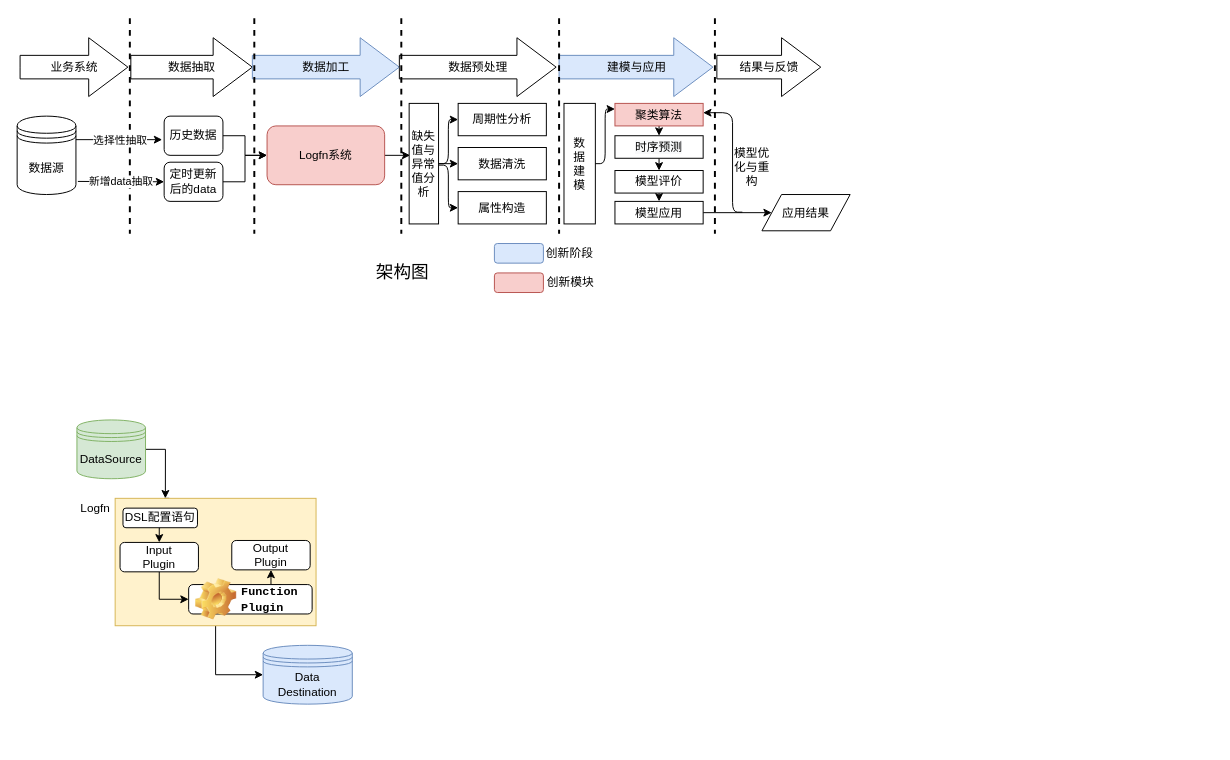
Above: rent_car/故障检测流程图.drawio in wuchenxi123/rent_car (draw.io), before the change. Source tidied: cells renumbered, new cells numbered last; positions are measured from the earlier drawing's top-left corner, leaving out a move shared by most shapes. Both pictures are drawn from the tidied source at 98%, with x=0, y=0 at pixel (17, 18).
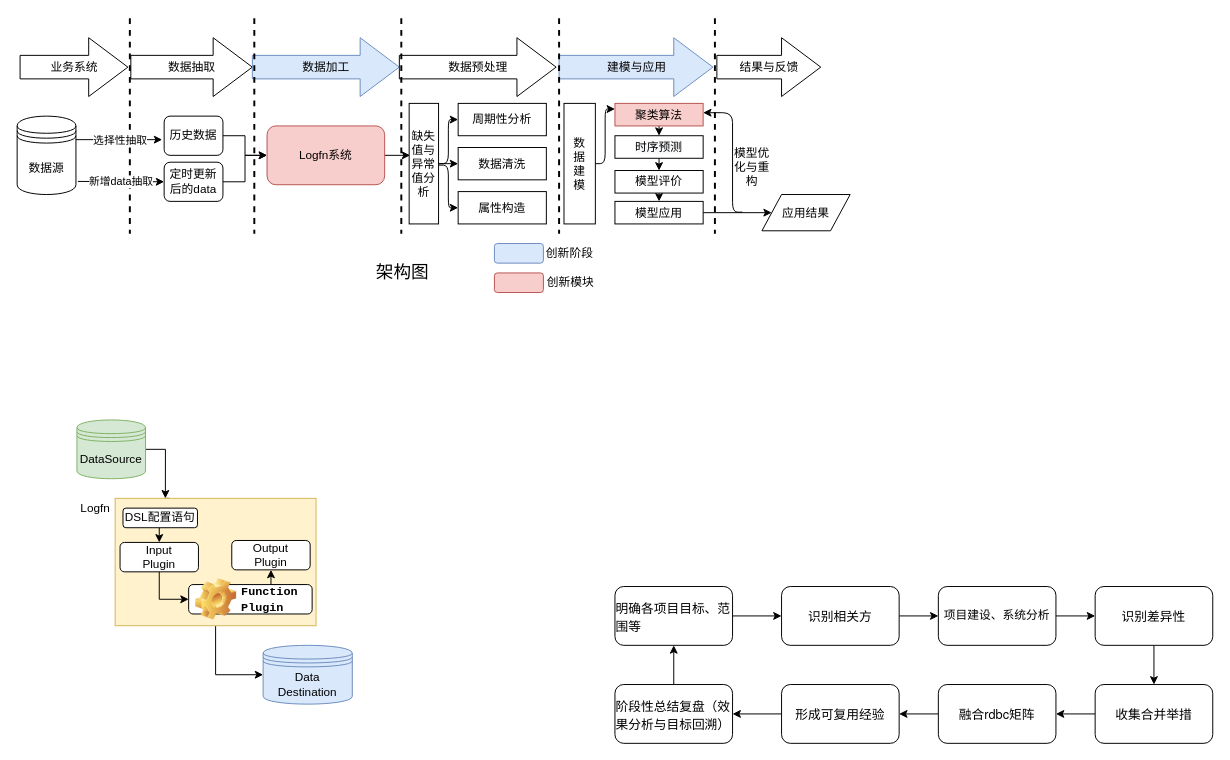
After the change.

Commit message:
更新故障检测流程图.drawio

The edit, as a diff of the source:
```diff
@@
+    <mxCell id="63" style="edgeStyle=orthogonalEdgeStyle;rounded=0;jettySize=auto;html=1;exitX=1;exitY=0.5;exitDx=0;exitDy=0;entryX=0;entryY=0.5;entryDx=0;entryDy=0;" parent="1" edge="1" source="64" target="66">
+      <mxGeometry relative="1" as="geometry" />
+    </mxCell>
+    <mxCell id="64" value="&lt;p style=&quot;margin: 0px; font-variant-numeric: normal; font-variant-east-asian: normal; font-variant-alternates: normal; font-size-adjust: none; font-kerning: auto; font-optical-sizing: auto; font-feature-settings: normal; font-variation-settings: normal; font-variant-position: normal; font-stretch: normal; font-size: 13px; line-height: normal; font-family: &amp;quot;PingFang SC&amp;quot;; text-align: start;&quot; class=&quot;p1&quot;&gt;明确各项目目标、范围等&lt;/p&gt;" style="rounded=1;whiteSpace=wrap;html=1;" parent="1" vertex="1">
+      <mxGeometry x="610" y="580" width="120" height="60" as="geometry" />
+    </mxCell>
+    <mxCell id="65" style="edgeStyle=orthogonalEdgeStyle;rounded=0;jettySize=auto;html=1;exitX=1;exitY=0.5;exitDx=0;exitDy=0;entryX=0;entryY=0.5;entryDx=0;entryDy=0;" parent="1" edge="1" source="66" target="68">
+      <mxGeometry relative="1" as="geometry" />
+    </mxCell>
+    <mxCell id="66" value="&lt;p style=&quot;margin: 0px; font-variant-numeric: normal; font-variant-east-asian: normal; font-variant-alternates: normal; font-size-adjust: none; font-kerning: auto; font-optical-sizing: auto; font-feature-settings: normal; font-variation-settings: normal; font-variant-position: normal; font-stretch: normal; font-size: 13px; line-height: normal; font-family: &amp;quot;PingFang SC&amp;quot;; text-align: start;&quot; class=&quot;p1&quot;&gt;识别相关方&lt;/p&gt;" style="rounded=1;whiteSpace=wrap;html=1;" parent="1" vertex="1">
+      <mxGeometry x="780" y="580" width="120" height="60" as="geometry" />
+    </mxCell>
+    <mxCell id="67" style="edgeStyle=orthogonalEdgeStyle;rounded=0;jettySize=auto;html=1;exitX=1;exitY=0.5;exitDx=0;exitDy=0;entryX=0;entryY=0.5;entryDx=0;entryDy=0;" parent="1" edge="1" source="68" target="70">
+      <mxGeometry relative="1" as="geometry" />
+    </mxCell>
+    <mxCell id="68" value="项目建设、系统分析" style="rounded=1;whiteSpace=wrap;html=1;" parent="1" vertex="1">
+      <mxGeometry x="940" y="580" width="120" height="60" as="geometry" />
+    </mxCell>
+    <mxCell id="69" style="edgeStyle=orthogonalEdgeStyle;rounded=0;jettySize=auto;html=1;exitX=0.5;exitY=1;exitDx=0;exitDy=0;entryX=0.5;entryY=0;entryDx=0;entryDy=0;" parent="1" edge="1" source="70" target="78">
+      <mxGeometry relative="1" as="geometry" />
+    </mxCell>
+    <mxCell id="70" value="&lt;p style=&quot;margin: 0px; font-variant-numeric: normal; font-variant-east-asian: normal; font-variant-alternates: normal; font-size-adjust: none; font-kerning: auto; font-optical-sizing: auto; font-feature-settings: normal; font-variation-settings: normal; font-variant-position: normal; font-stretch: normal; font-size: 13px; line-height: normal; font-family: &amp;quot;PingFang SC&amp;quot;; text-align: start;&quot; class=&quot;p1&quot;&gt;识别差异性&lt;/p&gt;" style="rounded=1;whiteSpace=wrap;html=1;" parent="1" vertex="1">
+      <mxGeometry x="1100" y="580" width="120" height="60" as="geometry" />
+    </mxCell>
+    <mxCell id="71" style="edgeStyle=orthogonalEdgeStyle;rounded=0;jettySize=auto;html=1;exitX=0.5;exitY=0;exitDx=0;exitDy=0;entryX=0.5;entryY=1;entryDx=0;entryDy=0;" parent="1" edge="1" source="72" target="64">
+      <mxGeometry relative="1" as="geometry" />
+    </mxCell>
+    <mxCell id="72" value="&lt;p style=&quot;margin: 0px; font-variant-numeric: normal; font-variant-east-asian: normal; font-variant-alternates: normal; font-size-adjust: none; font-kerning: auto; font-optical-sizing: auto; font-feature-settings: normal; font-variation-settings: normal; font-variant-position: normal; font-stretch: normal; font-size: 13px; line-height: normal; font-family: &amp;quot;PingFang SC&amp;quot;; text-align: start;&quot; class=&quot;p1&quot;&gt;阶段性总结复盘（效果分析与目标回溯）&lt;/p&gt;" style="rounded=1;whiteSpace=wrap;html=1;" parent="1" vertex="1">
+      <mxGeometry x="610" y="680" width="120" height="60" as="geometry" />
+    </mxCell>
+    <mxCell id="73" style="edgeStyle=orthogonalEdgeStyle;rounded=0;jettySize=auto;html=1;exitX=0;exitY=0.5;exitDx=0;exitDy=0;entryX=1;entryY=0.5;entryDx=0;entryDy=0;" parent="1" edge="1" source="74" target="72">
+      <mxGeometry relative="1" as="geometry" />
+    </mxCell>
+    <mxCell id="74" value="&lt;p style=&quot;margin: 0px; font-variant-numeric: normal; font-variant-east-asian: normal; font-variant-alternates: normal; font-size-adjust: none; font-kerning: auto; font-optical-sizing: auto; font-feature-settings: normal; font-variation-settings: normal; font-variant-position: normal; font-stretch: normal; font-size: 13px; line-height: normal; font-family: &amp;quot;PingFang SC&amp;quot;; text-align: start;&quot; class=&quot;p1&quot;&gt;形成可复用经验&lt;/p&gt;" style="rounded=1;whiteSpace=wrap;html=1;" parent="1" vertex="1">
+      <mxGeometry x="780" y="680" width="120" height="60" as="geometry" />
+    </mxCell>
+    <mxCell id="75" style="edgeStyle=orthogonalEdgeStyle;rounded=0;jettySize=auto;html=1;exitX=0;exitY=0.5;exitDx=0;exitDy=0;entryX=1;entryY=0.5;entryDx=0;entryDy=0;" parent="1" edge="1" source="76" target="74">
+      <mxGeometry relative="1" as="geometry" />
+    </mxCell>
+    <mxCell id="76" value="&lt;p style=&quot;margin: 0px; font-variant-numeric: normal; font-variant-east-asian: normal; font-variant-alternates: normal; font-size-adjust: none; font-kerning: auto; font-optical-sizing: auto; font-feature-settings: normal; font-variation-settings: normal; font-variant-position: normal; font-stretch: normal; font-size: 13px; line-height: normal; text-align: start;&quot; class=&quot;p1&quot;&gt;&lt;font face=&quot;PingFang SC&quot;&gt;融合&lt;/font&gt;&lt;span style=&quot;font-family: &amp;quot;Helvetica Neue&amp;quot;;&quot;&gt;rdbc&lt;span style=&quot;font-variant-numeric: normal; font-variant-east-asian: normal; font-variant-alternates: normal; font-size-adjust: none; font-kerning: auto; font-optical-sizing: auto; font-feature-settings: normal; font-variation-settings: normal; font-variant-position: normal; font-stretch: normal; line-height: normal; font-family: &amp;quot;PingFang SC&amp;quot;;&quot; class=&quot;s1&quot;&gt;矩阵&lt;/span&gt;&lt;/span&gt;&lt;/p&gt;" style="rounded=1;whiteSpace=wrap;html=1;" parent="1" vertex="1">
+      <mxGeometry x="940" y="680" width="120" height="60" as="geometry" />
+    </mxCell>
+    <mxCell id="77" style="edgeStyle=orthogonalEdgeStyle;rounded=0;jettySize=auto;html=1;exitX=0;exitY=0.5;exitDx=0;exitDy=0;entryX=1;entryY=0.5;entryDx=0;entryDy=0;" parent="1" edge="1" source="78" target="76">
+      <mxGeometry relative="1" as="geometry" />
+    </mxCell>
+    <mxCell id="78" value="&lt;p style=&quot;margin: 0px; font-variant-numeric: normal; font-variant-east-asian: normal; font-variant-alternates: normal; font-size-adjust: none; font-kerning: auto; font-optical-sizing: auto; font-feature-settings: normal; font-variation-settings: normal; font-variant-position: normal; font-stretch: normal; font-size: 13px; line-height: normal; font-family: &amp;quot;PingFang SC&amp;quot;; text-align: start;&quot; class=&quot;p1&quot;&gt;收集合并举措&lt;/p&gt;" style="rounded=1;whiteSpace=wrap;html=1;" parent="1" vertex="1">
+      <mxGeometry x="1100" y="680" width="120" height="60" as="geometry" />
+    </mxCell>
```
